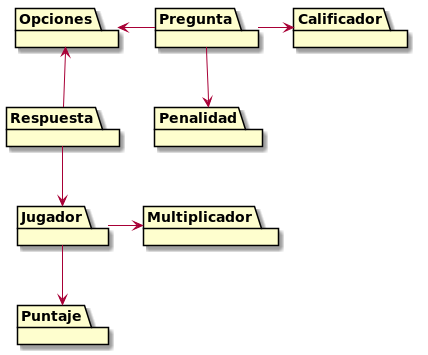
Alex1161/TP2 keeps this PlantUML diagram as src/main/java/edu/fiuba/algo3/Diagramas/png/DC/Diagrama_de_paquetes.png. Above is the earlier version.
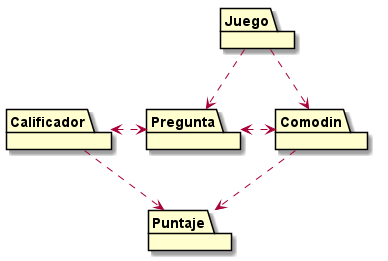
Above is the later version.

Diff of the diagram source:
```diff
@@ -2,28 +2,19 @@
 
 Package "Calificador"
 
-Package "Penalidad"
+Package "Comodin"
+
+Package "Juego"
+
+Package "Pregunta"
 
 Package "Puntaje"
 
-Package "Opciones"
-
-Package "Pregunta"
-
-Package "Opciones"
-
-Package "Respuesta"
-
-Package "Jugador"
-
-Package "Multiplicador"
-
-Pregunta -right-> Calificador
-Pregunta -down-> Penalidad
-Pregunta -left-> Opciones
-Respuesta -up-> Opciones
-Respuesta --> Jugador
-Jugador -right-> Multiplicador
-Jugador --> Puntaje
+Juego ..> Comodin
+Juego ..> Pregunta
+Comodin <.left.> Pregunta
+Comodin ..> Puntaje
+Calificador <.right.> Pregunta
+Calificador ..> Puntaje
 
 @enduml
```
